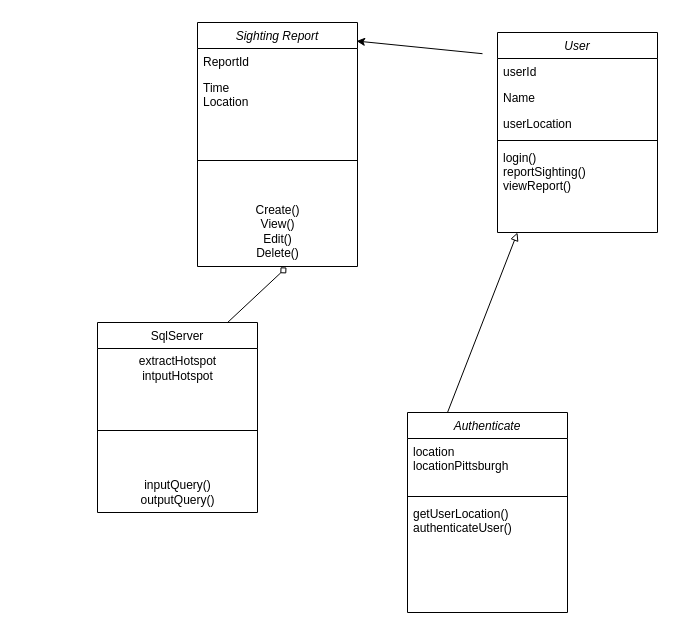
Before: analysisObjectModel.drawio in sirfan123/1530, a draw.io diagram. Source tidied: cells renumbered, new cells numbered last; positions are measured from the earlier drawing's top-left corner, leaving out a move shared by most shapes. Both pictures are drawn from the tidied source at 100%, with x=0, y=0 at pixel (97, 22).
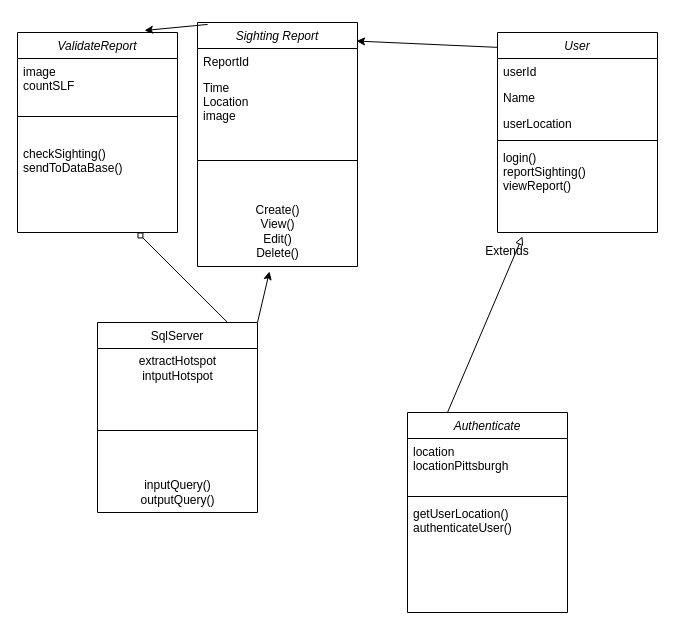
After the change.

The change refers to these unchanged cells:
```xml
<mxCell id="2" value="Sighting Report" style="swimlane;fontStyle=2;align=center;verticalAlign=top;horizontal=1;startSize=26;rounded=0;shadow=0;strokeWidth=1;" parent="1" vertex="1">
  <mxGeometry x="100" width="160" height="244" as="geometry" />
</mxCell>
<mxCell id="6" value="Create()&lt;br&gt;View()&lt;br&gt;Edit()&lt;br&gt;Delete()" style="text;html=1;align=center;verticalAlign=middle;points=[];strokeColor=none;fillColor=none;" parent="2" vertex="1">
  <mxGeometry y="174" width="160" height="70" as="geometry" />
</mxCell>
<mxCell id="7" value="SqlServer" style="swimlane;fontStyle=0;align=center;verticalAlign=top;horizontal=1;startSize=26;rounded=0;shadow=0;strokeWidth=1;" parent="1" vertex="1">
  <mxGeometry y="300" width="160" height="190" as="geometry" />
</mxCell>
<mxCell id="12" value="Authenticate" style="swimlane;fontStyle=2;align=center;verticalAlign=top;horizontal=1;startSize=26;rounded=0;shadow=0;strokeWidth=1;" parent="1" vertex="1">
  <mxGeometry x="310" y="390" width="160" height="200" as="geometry" />
</mxCell>
<mxCell id="16" value="User" style="swimlane;fontStyle=2;align=center;verticalAlign=top;horizontal=1;startSize=26;rounded=0;shadow=0;strokeWidth=1;" parent="1" vertex="1">
  <mxGeometry x="400" y="10" width="160" height="200" as="geometry" />
</mxCell>
```

Diff of the diagram source:
```diff
@@
-    <mxCell id="4" value="Time&#10;Location&#10;" style="text;align=left;verticalAlign=top;spacingLeft=4;spacingRight=4;overflow=hidden;rounded=0;shadow=0;html=0;" parent="2" vertex="1">
+    <mxCell id="4" value="Time&#10;Location&#10;image&#10;" style="text;align=left;verticalAlign=top;spacingLeft=4;spacingRight=4;overflow=hidden;rounded=0;shadow=0;html=0;" parent="2" vertex="1">
       <mxGeometry y="52" width="160" height="50" as="geometry" />
     </mxCell>
@@
-    <mxCell id="11" style="endArrow=classic;html=1;rounded=0;entryX=0.994;entryY=0.076;entryDx=0;entryDy=0;entryPerimeter=0;exitX=-0.019;exitY=0.13;exitDx=0;exitDy=0;exitPerimeter=0;" parent="1" edge="1" target="2">
-      <mxGeometry relative="1" as="geometry">
-        <mxPoint x="385" y="31.2" as="sourcePoint" />
-      </mxGeometry>
+    <mxCell id="11" style="endArrow=classic;html=1;rounded=0;entryX=0.994;entryY=0.076;entryDx=0;entryDy=0;entryPerimeter=0;exitX=0.019;exitY=0.075;exitDx=0;exitDy=0;exitPerimeter=0;" parent="1" edge="1" source="16" target="2">
+      <mxGeometry relative="1" as="geometry" />
     </mxCell>
@@
-    <mxCell id="22" style="endArrow=block;html=1;rounded=0;endFill=0;exitX=0.25;exitY=0;exitDx=0;exitDy=0;" parent="1" edge="1" source="12">
-      <mxGeometry relative="1" as="geometry">
-        <mxPoint x="420" y="210" as="targetPoint" />
-      </mxGeometry>
+    <mxCell id="22" style="endArrow=block;html=1;rounded=0;endFill=0;exitX=0.25;exitY=0;exitDx=0;exitDy=0;entryX=0.75;entryY=0;entryDx=0;entryDy=0;" parent="1" edge="1" source="12" target="24">
+      <mxGeometry relative="1" as="geometry" />
     </mxCell>
-    <mxCell id="23" style="endArrow=diamond;html=1;rounded=0;exitX=0.813;exitY=0;exitDx=0;exitDy=0;exitPerimeter=0;entryX=0.556;entryY=1.014;entryDx=0;entryDy=0;entryPerimeter=0;endFill=0;" parent="1" edge="1" source="7" target="6">
+    <mxCell id="23" style="endArrow=diamond;html=1;rounded=0;exitX=0.813;exitY=0;exitDx=0;exitDy=0;exitPerimeter=0;entryX=0.75;entryY=1;entryDx=0;entryDy=0;endFill=0;" parent="1" edge="1" source="7" target="25">
       <mxGeometry relative="1" as="geometry" />
     </mxCell>
+    <mxCell id="24" value="Extends" style="text;html=1;strokeColor=none;fillColor=none;align=center;verticalAlign=middle;whiteSpace=wrap;rounded=0;" parent="1" vertex="1">
+      <mxGeometry x="380" y="214" width="60" height="30" as="geometry" />
+    </mxCell>
+    <mxCell id="25" value="ValidateReport" style="swimlane;fontStyle=2;align=center;verticalAlign=top;horizontal=1;startSize=26;rounded=0;shadow=0;strokeWidth=1;" parent="1" vertex="1">
+      <mxGeometry x="-80" y="10" width="160" height="200" as="geometry" />
+    </mxCell>
+    <mxCell id="26" value="image&#10;countSLF" style="text;align=left;verticalAlign=top;spacingLeft=4;spacingRight=4;overflow=hidden;rounded=0;shadow=0;html=0;" parent="25" vertex="1">
+      <mxGeometry y="26" width="160" height="34" as="geometry" />
+    </mxCell>
+    <mxCell id="27" style="line;html=1;strokeWidth=1;align=left;verticalAlign=middle;spacingTop=-1;spacingLeft=3;spacingRight=3;labelPosition=right;" parent="25" vertex="1">
+      <mxGeometry y="60" width="160" height="48" as="geometry" />
+    </mxCell>
+    <mxCell id="28" value="checkSighting()&#10;sendToDataBase()" style="text;align=left;verticalAlign=top;spacingLeft=4;spacingRight=4;overflow=hidden;" parent="25" vertex="1">
+      <mxGeometry y="108" width="160" height="48" as="geometry" />
+    </mxCell>
+    <mxCell id="29" style="endArrow=classic;html=1;rounded=0;entryX=0.794;entryY=-0.01;entryDx=0;entryDy=0;entryPerimeter=0;exitX=0.063;exitY=0.008;exitDx=0;exitDy=0;exitPerimeter=0;" parent="1" edge="1" source="2" target="25">
+      <mxGeometry relative="1" as="geometry" />
+    </mxCell>
+    <mxCell id="30" style="endArrow=classic;html=1;rounded=0;exitX=1;exitY=0;exitDx=0;exitDy=0;entryX=0.45;entryY=1.071;entryDx=0;entryDy=0;entryPerimeter=0;" parent="1" edge="1" source="7" target="6">
+      <mxGeometry relative="1" as="geometry" />
+    </mxCell>
```
